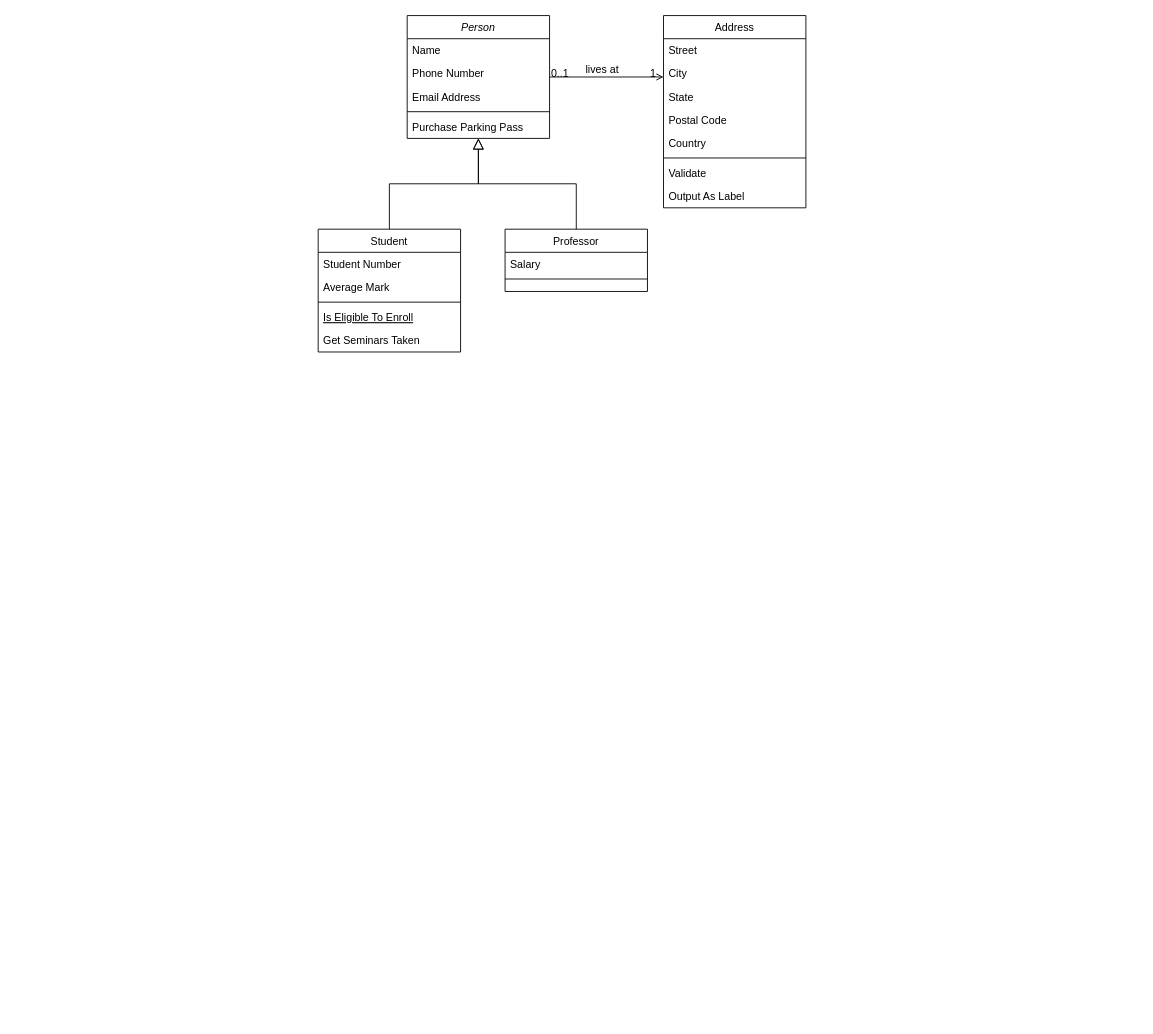
This is UML类图.drawio from heyingjiee/draw, a draw.io file, before an edit. Source tidied: cells renumbered, new cells numbered last; positions are measured from the earlier drawing's top-left corner, leaving out a move shared by most shapes. Both pictures are drawn from the tidied source at 89%, with x=0, y=0 at pixel (318, 15).
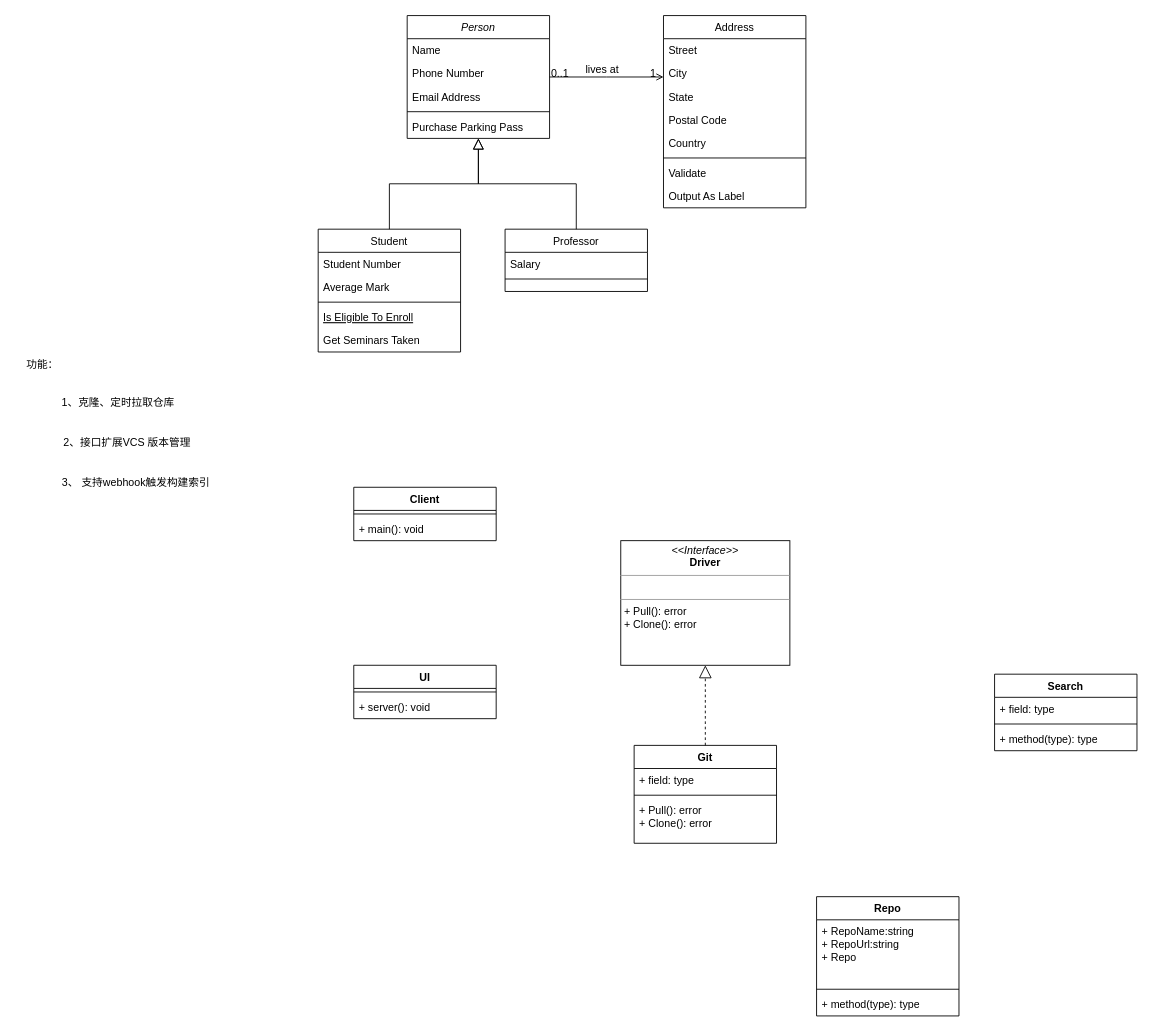
Above is the later version.

Change to the diagram source:
```diff
@@
+    <mxCell id="32" value="Client" style="swimlane;fontStyle=1;align=center;verticalAlign=top;horizontal=1;startSize=26;whiteSpace=wrap;html=1;" parent="1" vertex="1">
+      <mxGeometry x="40" y="530" width="160" height="60" as="geometry" />
+    </mxCell>
+    <mxCell id="33" style="line;strokeWidth=1;fillColor=none;align=left;verticalAlign=middle;spacingTop=-1;spacingLeft=3;spacingRight=3;labelPosition=right;strokeColor=inherit;" parent="32" vertex="1">
+      <mxGeometry y="26" width="160" height="8" as="geometry" />
+    </mxCell>
+    <mxCell id="34" value="+ main(): void" style="text;strokeColor=none;fillColor=none;align=left;verticalAlign=top;spacingLeft=4;spacingRight=4;overflow=hidden;whiteSpace=wrap;html=1;" parent="32" vertex="1">
+      <mxGeometry y="34" width="160" height="26" as="geometry" />
+    </mxCell>
+    <mxCell id="35" value="UI" style="swimlane;fontStyle=1;align=center;verticalAlign=top;horizontal=1;startSize=26;whiteSpace=wrap;html=1;" parent="1" vertex="1">
+      <mxGeometry x="40" y="730" width="160" height="60" as="geometry" />
+    </mxCell>
+    <mxCell id="36" style="line;strokeWidth=1;fillColor=none;align=left;verticalAlign=middle;spacingTop=-1;spacingLeft=3;spacingRight=3;labelPosition=right;strokeColor=inherit;" parent="35" vertex="1">
+      <mxGeometry y="26" width="160" height="8" as="geometry" />
+    </mxCell>
+    <mxCell id="37" value="+ server(): void" style="text;strokeColor=none;fillColor=none;align=left;verticalAlign=top;spacingLeft=4;spacingRight=4;overflow=hidden;whiteSpace=wrap;html=1;" parent="35" vertex="1">
+      <mxGeometry y="34" width="160" height="26" as="geometry" />
+    </mxCell>
+    <mxCell id="38" value="&lt;p style=&quot;margin:0px;margin-top:4px;text-align:center;&quot;&gt;&lt;i&gt;&amp;lt;&amp;lt;Interface&amp;gt;&amp;gt;&lt;/i&gt;&lt;br&gt;&lt;b&gt;Driver&lt;/b&gt;&lt;/p&gt;&lt;hr size=&quot;1&quot;&gt;&lt;p style=&quot;margin:0px;margin-left:4px;&quot;&gt;&lt;br&gt;&lt;/p&gt;&lt;hr size=&quot;1&quot;&gt;&lt;p style=&quot;margin:0px;margin-left:4px;&quot;&gt;+ Pull(): error&lt;br&gt;+ Clone(): error&lt;br&gt;&lt;br&gt;&lt;/p&gt;" style="verticalAlign=top;align=left;overflow=fill;fontSize=12;fontFamily=Helvetica;html=1;whiteSpace=wrap;" parent="1" vertex="1">
+      <mxGeometry x="340" y="590" width="190" height="140" as="geometry" />
+    </mxCell>
+    <mxCell id="39" value="Git" style="swimlane;fontStyle=1;align=center;verticalAlign=top;horizontal=1;startSize=26;whiteSpace=wrap;html=1;" parent="1" vertex="1">
+      <mxGeometry x="355" y="820" width="160" height="110" as="geometry" />
+    </mxCell>
+    <mxCell id="40" value="+ field: type" style="text;strokeColor=none;fillColor=none;align=left;verticalAlign=top;spacingLeft=4;spacingRight=4;overflow=hidden;whiteSpace=wrap;html=1;" parent="39" vertex="1">
+      <mxGeometry y="26" width="160" height="26" as="geometry" />
+    </mxCell>
+    <mxCell id="41" style="line;strokeWidth=1;fillColor=none;align=left;verticalAlign=middle;spacingTop=-1;spacingLeft=3;spacingRight=3;labelPosition=right;strokeColor=inherit;" parent="39" vertex="1">
+      <mxGeometry y="52" width="160" height="8" as="geometry" />
+    </mxCell>
+    <mxCell id="42" value="+ Pull(): error&lt;br style=&quot;border-color: var(--border-color);&quot;&gt;+ Clone(): error" style="text;strokeColor=none;fillColor=none;align=left;verticalAlign=top;spacingLeft=4;spacingRight=4;overflow=hidden;whiteSpace=wrap;html=1;" parent="39" vertex="1">
+      <mxGeometry y="60" width="160" height="50" as="geometry" />
+    </mxCell>
+    <mxCell id="43" style="endArrow=block;dashed=1;endFill=0;endSize=12;html=1;rounded=0;exitX=0.5;exitY=0;exitDx=0;exitDy=0;" parent="1" edge="1" source="39">
+      <mxGeometry relative="1" as="geometry">
+        <mxPoint x="435" y="730" as="targetPoint" />
+      </mxGeometry>
+    </mxCell>
+    <mxCell id="44" value="Repo" style="swimlane;fontStyle=1;align=center;verticalAlign=top;horizontal=1;startSize=26;whiteSpace=wrap;html=1;" parent="1" vertex="1">
+      <mxGeometry x="560" y="990" width="160" height="134" as="geometry" />
+    </mxCell>
+    <mxCell id="45" value="+ RepoName:string&lt;br&gt;+ RepoUrl:string&lt;br&gt;+ Repo" style="text;strokeColor=none;fillColor=none;align=left;verticalAlign=top;spacingLeft=4;spacingRight=4;overflow=hidden;whiteSpace=wrap;html=1;" parent="44" vertex="1">
+      <mxGeometry y="26" width="160" height="74" as="geometry" />
+    </mxCell>
+    <mxCell id="46" style="line;strokeWidth=1;fillColor=none;align=left;verticalAlign=middle;spacingTop=-1;spacingLeft=3;spacingRight=3;labelPosition=right;strokeColor=inherit;" parent="44" vertex="1">
+      <mxGeometry y="100" width="160" height="8" as="geometry" />
+    </mxCell>
+    <mxCell id="47" value="+ method(type): type" style="text;strokeColor=none;fillColor=none;align=left;verticalAlign=top;spacingLeft=4;spacingRight=4;overflow=hidden;whiteSpace=wrap;html=1;" parent="44" vertex="1">
+      <mxGeometry y="108" width="160" height="26" as="geometry" />
+    </mxCell>
+    <mxCell id="48" value="功能：" style="text;html=1;align=center;verticalAlign=middle;strokeColor=none;fillColor=none;" parent="1" vertex="1">
+      <mxGeometry x="-340" y="378" width="60" height="30" as="geometry" />
+    </mxCell>
+    <mxCell id="49" value="1、克隆、定时拉取仓库" style="text;html=1;align=center;verticalAlign=middle;strokeColor=none;fillColor=none;" parent="1" vertex="1">
+      <mxGeometry x="-300" y="420" width="150" height="30" as="geometry" />
+    </mxCell>
+    <mxCell id="50" value="2、接口扩展VCS 版本管理" style="text;html=1;align=center;verticalAlign=middle;strokeColor=none;fillColor=none;" parent="1" vertex="1">
+      <mxGeometry x="-300" y="465" width="170" height="30" as="geometry" />
+    </mxCell>
+    <mxCell id="51" value="3、 支持webhook触发构建索引" style="text;html=1;align=center;verticalAlign=middle;strokeColor=none;fillColor=none;" parent="1" vertex="1">
+      <mxGeometry x="-300" y="510" width="190" height="30" as="geometry" />
+    </mxCell>
+    <mxCell id="52" value="Search" style="swimlane;fontStyle=1;align=center;verticalAlign=top;horizontal=1;startSize=26;whiteSpace=wrap;html=1;" parent="1" vertex="1">
+      <mxGeometry x="760" y="740" width="160" height="86" as="geometry" />
+    </mxCell>
+    <mxCell id="53" value="+ field: type" style="text;strokeColor=none;fillColor=none;align=left;verticalAlign=top;spacingLeft=4;spacingRight=4;overflow=hidden;whiteSpace=wrap;html=1;" parent="52" vertex="1">
+      <mxGeometry y="26" width="160" height="26" as="geometry" />
+    </mxCell>
+    <mxCell id="54" style="line;strokeWidth=1;fillColor=none;align=left;verticalAlign=middle;spacingTop=-1;spacingLeft=3;spacingRight=3;labelPosition=right;strokeColor=inherit;" parent="52" vertex="1">
+      <mxGeometry y="52" width="160" height="8" as="geometry" />
+    </mxCell>
+    <mxCell id="55" value="+ method(type): type" style="text;strokeColor=none;fillColor=none;align=left;verticalAlign=top;spacingLeft=4;spacingRight=4;overflow=hidden;whiteSpace=wrap;html=1;" parent="52" vertex="1">
+      <mxGeometry y="60" width="160" height="26" as="geometry" />
+    </mxCell>
```
